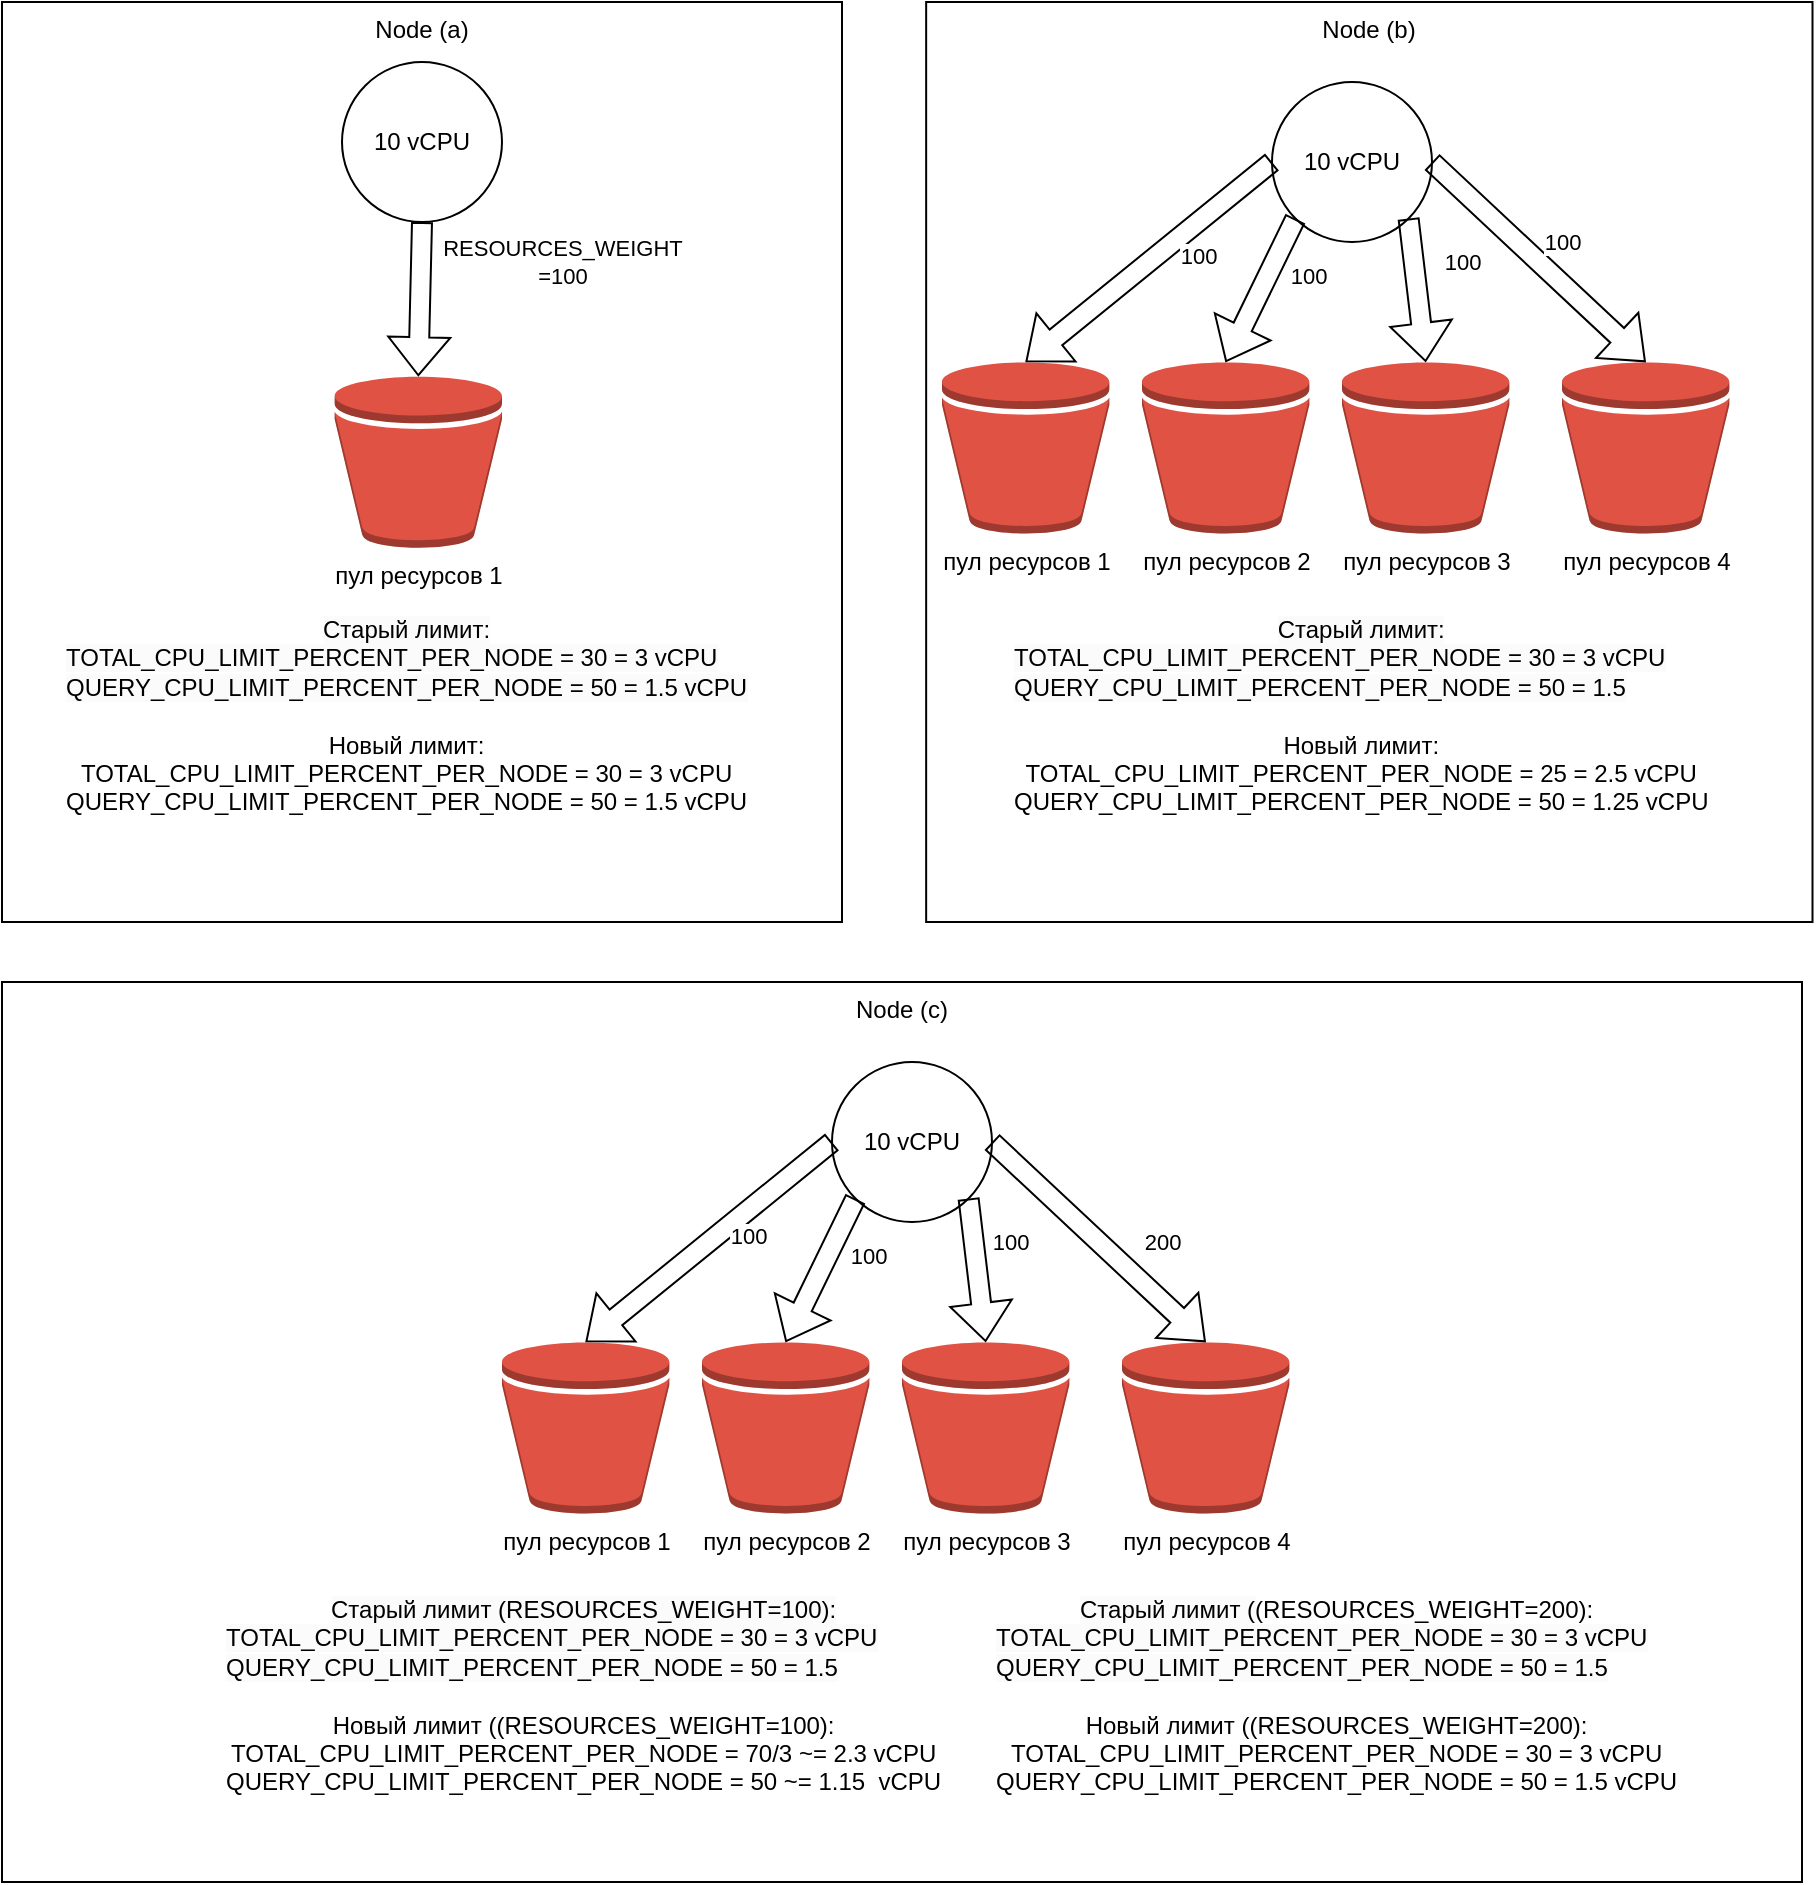
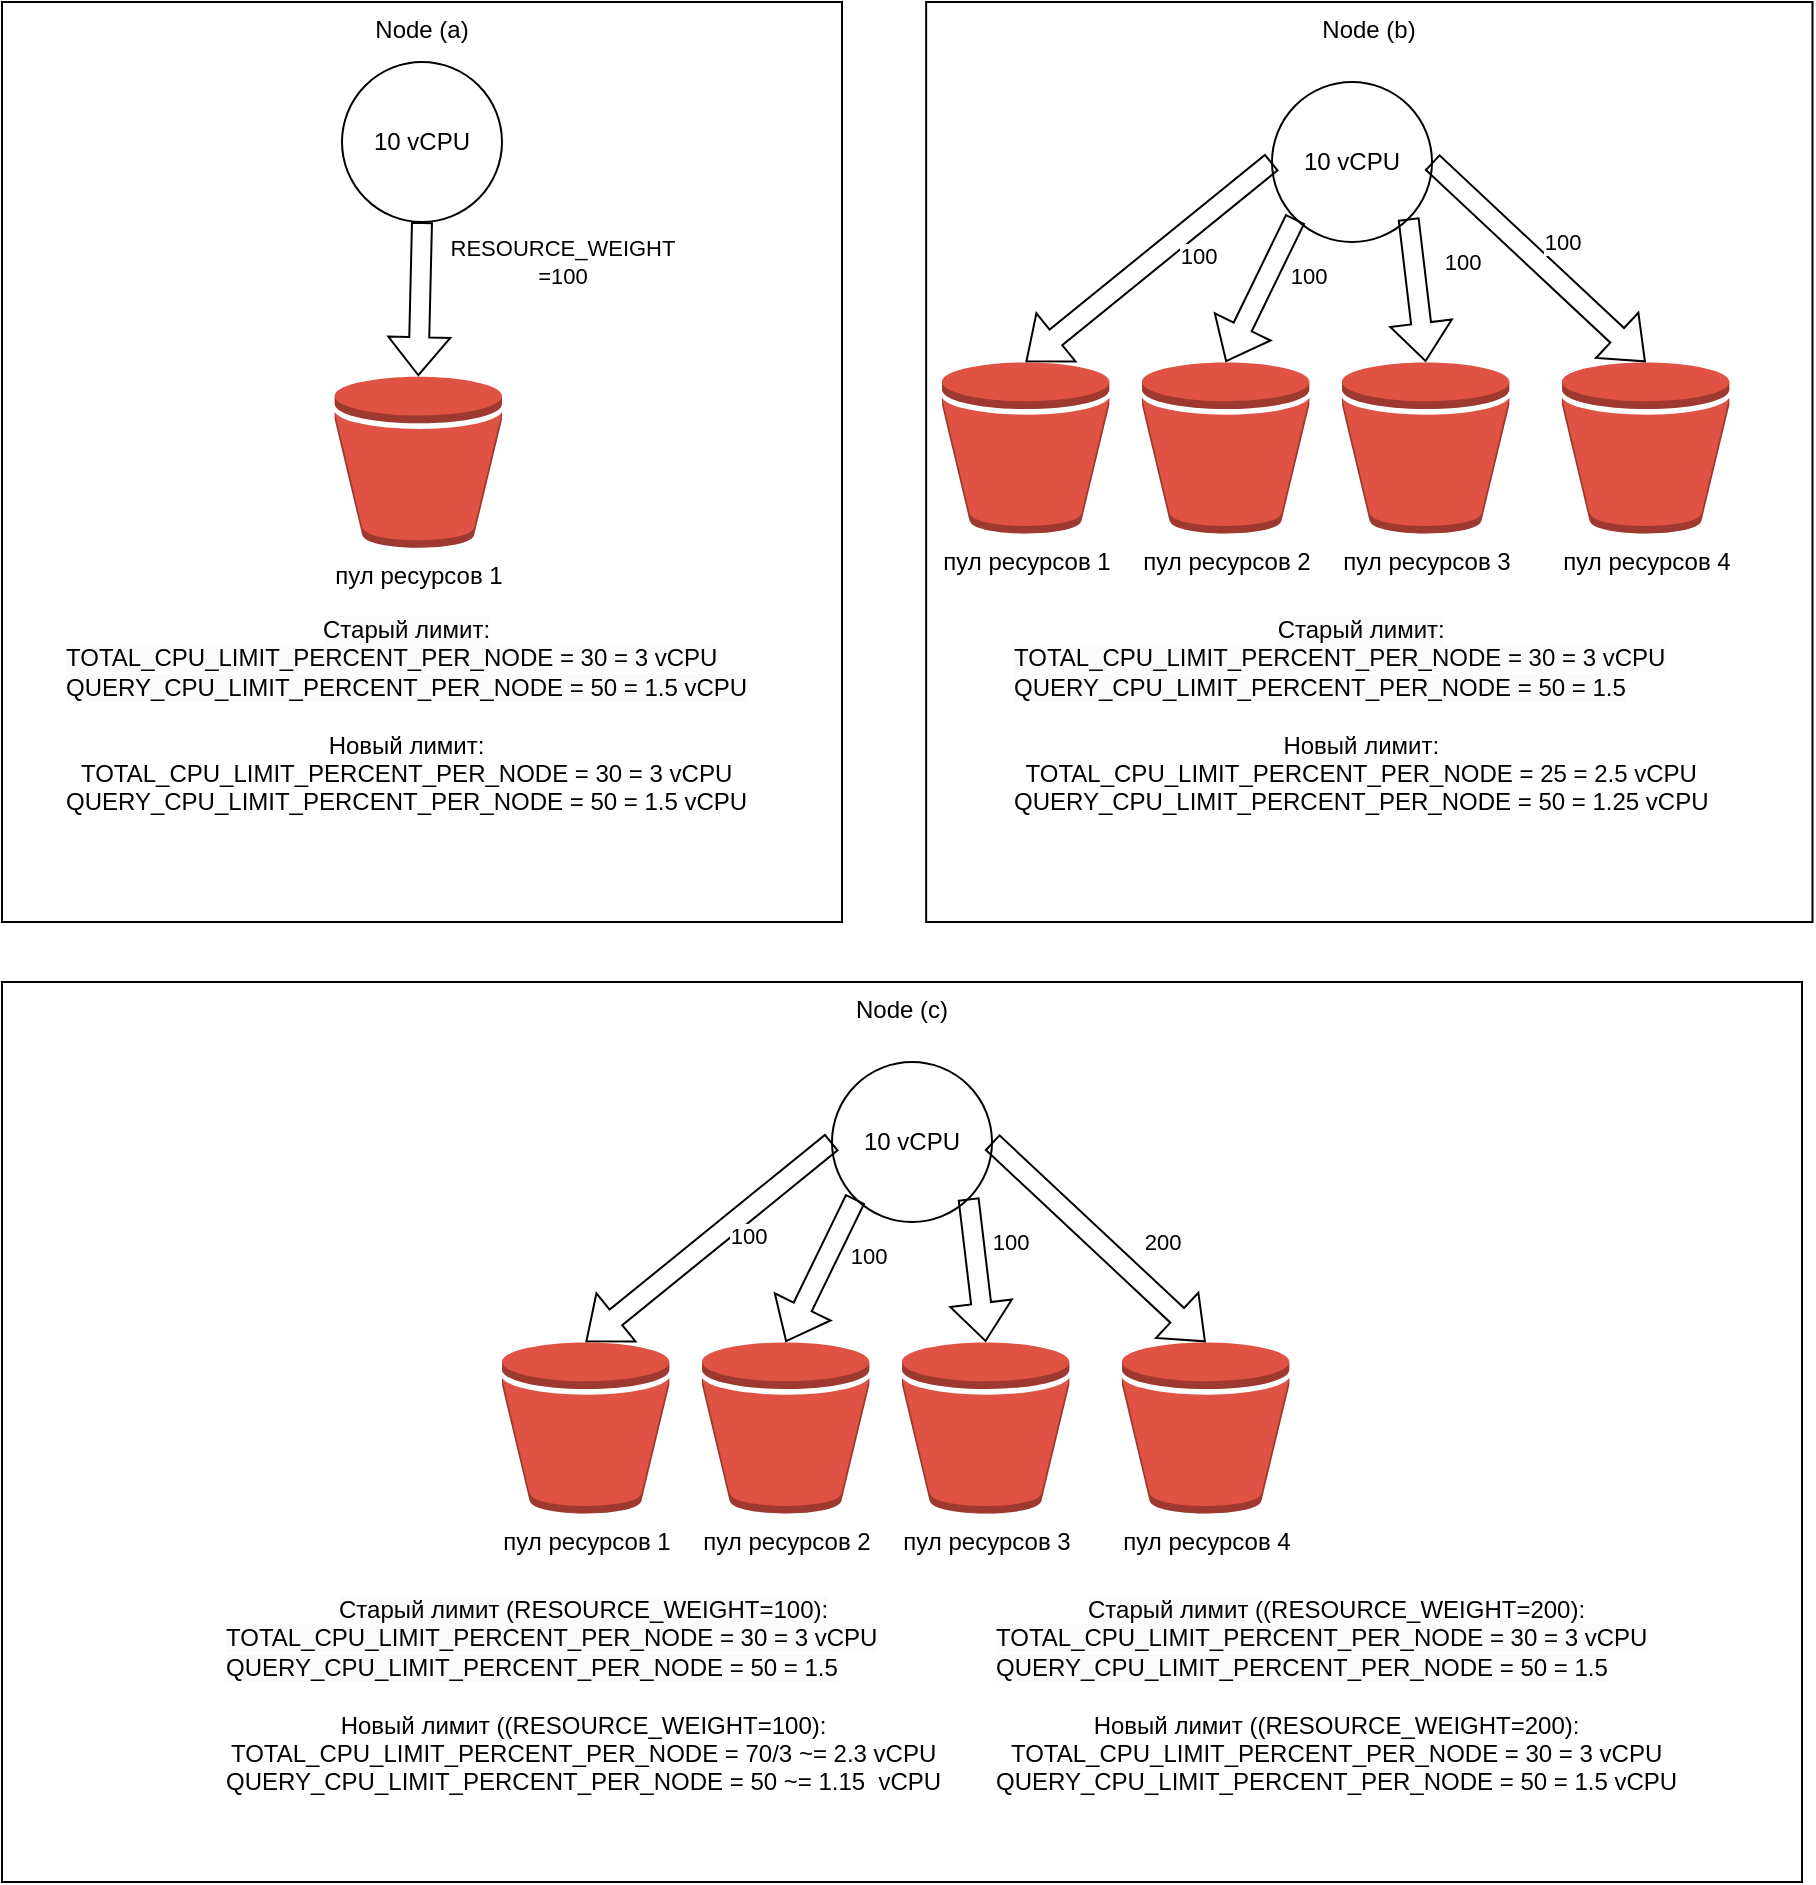
<mxfile host="app.diagrams.net" agent="Mozilla/5.0 (Macintosh; Intel Mac OS X 10_15_7) AppleWebKit/537.36 (KHTML, like Gecko) Chrome/127.0.0.0 Safari/537.36" version="24.7.8">
  <diagram name="Page-1" id="NAQD_0_xmlDH_ppCL-4d">
    <mxGraphModel dx="1242" dy="819" grid="1" gridSize="10" guides="1" tooltips="1" connect="1" arrows="1" fold="1" page="1" pageScale="1" pageWidth="827" pageHeight="1169" math="0" shadow="0">
      <root>
        <mxCell id="0" />
        <mxCell id="1" parent="0" />
        <mxCell id="cv_4T4Yt_JHGhEiulPHa-12" value="Node (a)" style="rounded=0;whiteSpace=wrap;html=1;verticalAlign=top;" vertex="1" parent="1">
          <mxGeometry x="60" y="30" width="420" height="460" as="geometry" />
        </mxCell>
        <mxCell id="cv_4T4Yt_JHGhEiulPHa-10" value="Node (b)" style="rounded=0;whiteSpace=wrap;html=1;verticalAlign=top;" vertex="1" parent="1">
          <mxGeometry x="522.08" y="30" width="443.17" height="460" as="geometry" />
        </mxCell>
        <mxCell id="M1kfzu1ZO3_qd2MjG_cR-6" value="пул ресурсов 1" style="outlineConnect=0;dashed=0;verticalLabelPosition=bottom;verticalAlign=top;align=center;html=1;shape=mxgraph.aws3.bucket;fillColor=#E05243;gradientColor=none;" parent="1" vertex="1">
          <mxGeometry x="226.34000000000003" y="217.13" width="83.66" height="85.75" as="geometry" />
        </mxCell>
        <mxCell id="M1kfzu1ZO3_qd2MjG_cR-10" value="10 vCPU" style="ellipse;whiteSpace=wrap;html=1;aspect=fixed;" parent="1" vertex="1">
          <mxGeometry x="230" y="60" width="80" height="80" as="geometry" />
        </mxCell>
        <mxCell id="cv_4T4Yt_JHGhEiulPHa-1" value="&lt;div style=&quot;text-align: center;&quot;&gt;&lt;span style=&quot;color: rgb(0, 0, 0); font-family: Helvetica; font-size: 12px; font-style: normal; font-variant-ligatures: normal; font-variant-caps: normal; font-weight: 400; letter-spacing: normal; orphans: 2; text-indent: 0px; text-transform: none; widows: 2; word-spacing: 0px; -webkit-text-stroke-width: 0px; white-space: nowrap; background-color: rgb(251, 251, 251); text-decoration-thickness: initial; text-decoration-style: initial; text-decoration-color: initial; float: none; display: inline !important;&quot;&gt;Cтарый лимит:&lt;/span&gt;&lt;/div&gt;&lt;span style=&quot;color: rgb(0, 0, 0); font-family: Helvetica; font-size: 12px; font-style: normal; font-variant-ligatures: normal; font-variant-caps: normal; font-weight: 400; letter-spacing: normal; orphans: 2; text-align: center; text-indent: 0px; text-transform: none; widows: 2; word-spacing: 0px; -webkit-text-stroke-width: 0px; white-space: nowrap; background-color: rgb(251, 251, 251); text-decoration-thickness: initial; text-decoration-style: initial; text-decoration-color: initial; display: inline !important; float: none;&quot;&gt;TOTAL_CPU_LIMIT_PERCENT_PER_NODE = 30 = 3 vCPU&lt;/span&gt;&lt;br style=&quot;forced-color-adjust: none; color: rgb(0, 0, 0); font-family: Helvetica; font-size: 12px; font-style: normal; font-variant-ligatures: normal; font-variant-caps: normal; font-weight: 400; letter-spacing: normal; orphans: 2; text-align: center; text-indent: 0px; text-transform: none; widows: 2; word-spacing: 0px; -webkit-text-stroke-width: 0px; white-space: nowrap; background-color: rgb(251, 251, 251); text-decoration-thickness: initial; text-decoration-style: initial; text-decoration-color: initial;&quot;&gt;&lt;span style=&quot;color: rgb(0, 0, 0); font-family: Helvetica; font-size: 12px; font-style: normal; font-variant-ligatures: normal; font-variant-caps: normal; font-weight: 400; letter-spacing: normal; orphans: 2; text-align: center; text-indent: 0px; text-transform: none; widows: 2; word-spacing: 0px; -webkit-text-stroke-width: 0px; white-space: nowrap; background-color: rgb(251, 251, 251); text-decoration-thickness: initial; text-decoration-style: initial; text-decoration-color: initial; display: inline !important; float: none;&quot;&gt;QUERY_CPU_LIMIT_PERCENT_PER_NODE = 50 = 1.5 vCPU&lt;/span&gt;&lt;div&gt;&lt;span style=&quot;color: rgb(0, 0, 0); font-family: Helvetica; font-size: 12px; font-style: normal; font-variant-ligatures: normal; font-variant-caps: normal; font-weight: 400; letter-spacing: normal; orphans: 2; text-align: center; text-indent: 0px; text-transform: none; widows: 2; word-spacing: 0px; -webkit-text-stroke-width: 0px; white-space: nowrap; background-color: rgb(251, 251, 251); text-decoration-thickness: initial; text-decoration-style: initial; text-decoration-color: initial; display: inline !important; float: none;&quot;&gt;&lt;br&gt;&lt;/span&gt;&lt;/div&gt;&lt;div style=&quot;text-align: center;&quot;&gt;&lt;span style=&quot;text-wrap: nowrap;&quot;&gt;Новый лимит:&lt;/span&gt;&lt;/div&gt;&lt;div style=&quot;text-align: center;&quot;&gt;&lt;span style=&quot;text-wrap: nowrap;&quot;&gt;TOTAL_CPU_LIMIT_PERCENT_PER_NODE = 30 = 3 vCPU&lt;/span&gt;&lt;br style=&quot;text-wrap: nowrap;&quot;&gt;&lt;span style=&quot;text-wrap: nowrap;&quot;&gt;QUERY_CPU_LIMIT_PERCENT_PER_NODE = 50 = 1.5 vCPU&lt;/span&gt;&lt;span style=&quot;text-wrap: nowrap;&quot;&gt;&lt;br&gt;&lt;/span&gt;&lt;/div&gt;" style="text;whiteSpace=wrap;html=1;" vertex="1" parent="1">
          <mxGeometry x="90" y="330" width="360" height="50" as="geometry" />
        </mxCell>
        <mxCell id="cv_4T4Yt_JHGhEiulPHa-4" value="10 vCPU" style="ellipse;whiteSpace=wrap;html=1;aspect=fixed;" vertex="1" parent="1">
          <mxGeometry x="695" y="70" width="80" height="80" as="geometry" />
        </mxCell>
        <mxCell id="cv_4T4Yt_JHGhEiulPHa-6" value="пул ресурсов 1" style="outlineConnect=0;dashed=0;verticalLabelPosition=bottom;verticalAlign=top;align=center;html=1;shape=mxgraph.aws3.bucket;fillColor=#E05243;gradientColor=none;" vertex="1" parent="1">
          <mxGeometry x="530" y="210" width="83.66" height="85.75" as="geometry" />
        </mxCell>
        <mxCell id="cv_4T4Yt_JHGhEiulPHa-7" value="пул ресурсов 3" style="outlineConnect=0;dashed=0;verticalLabelPosition=bottom;verticalAlign=top;align=center;html=1;shape=mxgraph.aws3.bucket;fillColor=#E05243;gradientColor=none;" vertex="1" parent="1">
          <mxGeometry x="730" y="210" width="83.66" height="85.75" as="geometry" />
        </mxCell>
        <mxCell id="cv_4T4Yt_JHGhEiulPHa-8" value="пул ресурсов 4" style="outlineConnect=0;dashed=0;verticalLabelPosition=bottom;verticalAlign=top;align=center;html=1;shape=mxgraph.aws3.bucket;fillColor=#E05243;gradientColor=none;" vertex="1" parent="1">
          <mxGeometry x="840" y="210" width="83.66" height="85.75" as="geometry" />
        </mxCell>
        <mxCell id="cv_4T4Yt_JHGhEiulPHa-9" value="пул ресурсов 2" style="outlineConnect=0;dashed=0;verticalLabelPosition=bottom;verticalAlign=top;align=center;html=1;shape=mxgraph.aws3.bucket;fillColor=#E05243;gradientColor=none;" vertex="1" parent="1">
          <mxGeometry x="630" y="210" width="83.66" height="85.75" as="geometry" />
        </mxCell>
        <mxCell id="cv_4T4Yt_JHGhEiulPHa-15" value="" style="shape=flexArrow;endArrow=classic;html=1;rounded=0;exitX=0.5;exitY=1;exitDx=0;exitDy=0;entryX=0.5;entryY=0;entryDx=0;entryDy=0;entryPerimeter=0;" edge="1" parent="1" source="M1kfzu1ZO3_qd2MjG_cR-10" target="M1kfzu1ZO3_qd2MjG_cR-6">
          <mxGeometry width="50" height="50" relative="1" as="geometry">
            <mxPoint x="440" y="280" as="sourcePoint" />
            <mxPoint x="490" y="230" as="targetPoint" />
          </mxGeometry>
        </mxCell>
-         <mxCell id="cv_4T4Yt_JHGhEiulPHa-16" value="RESOURCES_WEIGHT&lt;div&gt;=100&lt;/div&gt;" style="edgeLabel;html=1;align=center;verticalAlign=middle;resizable=0;points=[];" vertex="1" connectable="0" parent="cv_4T4Yt_JHGhEiulPHa-15">
+         <mxCell id="cv_4T4Yt_JHGhEiulPHa-16" value="RESOURCE_WEIGHT&lt;div&gt;=100&lt;/div&gt;" style="edgeLabel;html=1;align=center;verticalAlign=middle;resizable=0;points=[];" vertex="1" connectable="0" parent="cv_4T4Yt_JHGhEiulPHa-15">
          <mxGeometry x="-0.1738" y="6" relative="1" as="geometry">
            <mxPoint x="65" y="-12" as="offset" />
          </mxGeometry>
        </mxCell>
        <mxCell id="cv_4T4Yt_JHGhEiulPHa-17" value="" style="shape=flexArrow;endArrow=classic;html=1;rounded=0;exitX=0;exitY=0.5;exitDx=0;exitDy=0;entryX=0.5;entryY=0;entryDx=0;entryDy=0;entryPerimeter=0;" edge="1" parent="1" source="cv_4T4Yt_JHGhEiulPHa-4" target="cv_4T4Yt_JHGhEiulPHa-6">
          <mxGeometry width="50" height="50" relative="1" as="geometry">
            <mxPoint x="440" y="280" as="sourcePoint" />
            <mxPoint x="490" y="230" as="targetPoint" />
          </mxGeometry>
        </mxCell>
        <mxCell id="cv_4T4Yt_JHGhEiulPHa-18" value="" style="shape=flexArrow;endArrow=classic;html=1;rounded=0;exitX=0;exitY=1;exitDx=0;exitDy=0;entryX=0.5;entryY=0;entryDx=0;entryDy=0;entryPerimeter=0;" edge="1" parent="1" source="cv_4T4Yt_JHGhEiulPHa-4" target="cv_4T4Yt_JHGhEiulPHa-9">
          <mxGeometry width="50" height="50" relative="1" as="geometry">
            <mxPoint x="440" y="280" as="sourcePoint" />
            <mxPoint x="490" y="230" as="targetPoint" />
          </mxGeometry>
        </mxCell>
        <mxCell id="cv_4T4Yt_JHGhEiulPHa-19" value="" style="shape=flexArrow;endArrow=classic;html=1;rounded=0;exitX=1;exitY=1;exitDx=0;exitDy=0;entryX=0.5;entryY=0;entryDx=0;entryDy=0;entryPerimeter=0;" edge="1" parent="1" source="cv_4T4Yt_JHGhEiulPHa-4" target="cv_4T4Yt_JHGhEiulPHa-7">
          <mxGeometry width="50" height="50" relative="1" as="geometry">
            <mxPoint x="440" y="280" as="sourcePoint" />
            <mxPoint x="490" y="230" as="targetPoint" />
          </mxGeometry>
        </mxCell>
        <mxCell id="cv_4T4Yt_JHGhEiulPHa-20" value="" style="shape=flexArrow;endArrow=classic;html=1;rounded=0;exitX=1;exitY=0.5;exitDx=0;exitDy=0;entryX=0.5;entryY=0;entryDx=0;entryDy=0;entryPerimeter=0;" edge="1" parent="1" source="cv_4T4Yt_JHGhEiulPHa-4" target="cv_4T4Yt_JHGhEiulPHa-8">
          <mxGeometry width="50" height="50" relative="1" as="geometry">
            <mxPoint x="440" y="280" as="sourcePoint" />
            <mxPoint x="490" y="230" as="targetPoint" />
          </mxGeometry>
        </mxCell>
        <mxCell id="cv_4T4Yt_JHGhEiulPHa-21" value="100" style="edgeLabel;html=1;align=center;verticalAlign=middle;resizable=0;points=[];" vertex="1" connectable="0" parent="1">
          <mxGeometry x="789.9992878767832" y="160.00331390541896" as="geometry" />
        </mxCell>
        <mxCell id="cv_4T4Yt_JHGhEiulPHa-22" value="100" style="edgeLabel;html=1;align=center;verticalAlign=middle;resizable=0;points=[];" vertex="1" connectable="0" parent="1">
          <mxGeometry x="839.9992878767832" y="150.00331390541896" as="geometry" />
        </mxCell>
        <mxCell id="cv_4T4Yt_JHGhEiulPHa-23" value="100" style="edgeLabel;html=1;align=center;verticalAlign=middle;resizable=0;points=[];" vertex="1" connectable="0" parent="1">
          <mxGeometry x="809.9992878767832" y="160.00331390541896" as="geometry">
            <mxPoint x="-97" y="7" as="offset" />
          </mxGeometry>
        </mxCell>
        <mxCell id="cv_4T4Yt_JHGhEiulPHa-24" value="100" style="edgeLabel;html=1;align=center;verticalAlign=middle;resizable=0;points=[];" vertex="1" connectable="0" parent="1">
          <mxGeometry x="754.9992878767832" y="150.00331390541896" as="geometry">
            <mxPoint x="-97" y="7" as="offset" />
          </mxGeometry>
        </mxCell>
        <mxCell id="cv_4T4Yt_JHGhEiulPHa-25" value="&lt;div style=&quot;text-align: center;&quot;&gt;&lt;span style=&quot;color: rgb(0, 0, 0); font-family: Helvetica; font-size: 12px; font-style: normal; font-variant-ligatures: normal; font-variant-caps: normal; font-weight: 400; letter-spacing: normal; orphans: 2; text-indent: 0px; text-transform: none; widows: 2; word-spacing: 0px; -webkit-text-stroke-width: 0px; white-space: nowrap; background-color: rgb(251, 251, 251); text-decoration-thickness: initial; text-decoration-style: initial; text-decoration-color: initial; float: none; display: inline !important;&quot;&gt;Cтарый лимит:&lt;/span&gt;&lt;/div&gt;&lt;span style=&quot;color: rgb(0, 0, 0); font-family: Helvetica; font-size: 12px; font-style: normal; font-variant-ligatures: normal; font-variant-caps: normal; font-weight: 400; letter-spacing: normal; orphans: 2; text-align: center; text-indent: 0px; text-transform: none; widows: 2; word-spacing: 0px; -webkit-text-stroke-width: 0px; white-space: nowrap; background-color: rgb(251, 251, 251); text-decoration-thickness: initial; text-decoration-style: initial; text-decoration-color: initial; display: inline !important; float: none;&quot;&gt;TOTAL_CPU_LIMIT_PERCENT_PER_NODE = 30 = 3 vCPU&lt;/span&gt;&lt;br style=&quot;forced-color-adjust: none; color: rgb(0, 0, 0); font-family: Helvetica; font-size: 12px; font-style: normal; font-variant-ligatures: normal; font-variant-caps: normal; font-weight: 400; letter-spacing: normal; orphans: 2; text-align: center; text-indent: 0px; text-transform: none; widows: 2; word-spacing: 0px; -webkit-text-stroke-width: 0px; white-space: nowrap; background-color: rgb(251, 251, 251); text-decoration-thickness: initial; text-decoration-style: initial; text-decoration-color: initial;&quot;&gt;&lt;span style=&quot;color: rgb(0, 0, 0); font-family: Helvetica; font-size: 12px; font-style: normal; font-variant-ligatures: normal; font-variant-caps: normal; font-weight: 400; letter-spacing: normal; orphans: 2; text-align: center; text-indent: 0px; text-transform: none; widows: 2; word-spacing: 0px; -webkit-text-stroke-width: 0px; white-space: nowrap; background-color: rgb(251, 251, 251); text-decoration-thickness: initial; text-decoration-style: initial; text-decoration-color: initial; display: inline !important; float: none;&quot;&gt;QUERY_CPU_LIMIT_PERCENT_PER_NODE = 50 = 1.5&lt;/span&gt;&lt;div&gt;&lt;span style=&quot;color: rgb(0, 0, 0); font-family: Helvetica; font-size: 12px; font-style: normal; font-variant-ligatures: normal; font-variant-caps: normal; font-weight: 400; letter-spacing: normal; orphans: 2; text-align: center; text-indent: 0px; text-transform: none; widows: 2; word-spacing: 0px; -webkit-text-stroke-width: 0px; white-space: nowrap; background-color: rgb(251, 251, 251); text-decoration-thickness: initial; text-decoration-style: initial; text-decoration-color: initial; display: inline !important; float: none;&quot;&gt;&lt;br&gt;&lt;/span&gt;&lt;/div&gt;&lt;div style=&quot;text-align: center;&quot;&gt;&lt;span style=&quot;text-wrap: nowrap;&quot;&gt;Новый лимит:&lt;/span&gt;&lt;/div&gt;&lt;div style=&quot;text-align: center;&quot;&gt;&lt;span style=&quot;text-wrap: nowrap;&quot;&gt;TOTAL_CPU_LIMIT_PERCENT_PER_NODE = 25 = 2.5 vCPU&lt;/span&gt;&lt;br style=&quot;text-wrap: nowrap;&quot;&gt;&lt;span style=&quot;text-wrap: nowrap;&quot;&gt;QUERY_CPU_LIMIT_PERCENT_PER_NODE = 50 = 1.25 vCPU&lt;/span&gt;&lt;span style=&quot;text-wrap: nowrap;&quot;&gt;&lt;br&gt;&lt;/span&gt;&lt;/div&gt;" style="text;whiteSpace=wrap;html=1;" vertex="1" parent="1">
          <mxGeometry x="563.6600000000001" y="330" width="360" height="50" as="geometry" />
        </mxCell>
        <mxCell id="cv_4T4Yt_JHGhEiulPHa-28" value="Node (c)" style="rounded=0;whiteSpace=wrap;html=1;verticalAlign=top;" vertex="1" parent="1">
          <mxGeometry x="60" y="520" width="900" height="450" as="geometry" />
        </mxCell>
        <mxCell id="cv_4T4Yt_JHGhEiulPHa-29" value="10 vCPU" style="ellipse;whiteSpace=wrap;html=1;aspect=fixed;" vertex="1" parent="1">
          <mxGeometry x="475" y="560" width="80" height="80" as="geometry" />
        </mxCell>
        <mxCell id="cv_4T4Yt_JHGhEiulPHa-30" value="пул ресурсов 1" style="outlineConnect=0;dashed=0;verticalLabelPosition=bottom;verticalAlign=top;align=center;html=1;shape=mxgraph.aws3.bucket;fillColor=#E05243;gradientColor=none;" vertex="1" parent="1">
          <mxGeometry x="310" y="700" width="83.66" height="85.75" as="geometry" />
        </mxCell>
        <mxCell id="cv_4T4Yt_JHGhEiulPHa-31" value="пул ресурсов 3" style="outlineConnect=0;dashed=0;verticalLabelPosition=bottom;verticalAlign=top;align=center;html=1;shape=mxgraph.aws3.bucket;fillColor=#E05243;gradientColor=none;" vertex="1" parent="1">
          <mxGeometry x="510" y="700" width="83.66" height="85.75" as="geometry" />
        </mxCell>
        <mxCell id="cv_4T4Yt_JHGhEiulPHa-32" value="пул ресурсов 4" style="outlineConnect=0;dashed=0;verticalLabelPosition=bottom;verticalAlign=top;align=center;html=1;shape=mxgraph.aws3.bucket;fillColor=#E05243;gradientColor=none;" vertex="1" parent="1">
          <mxGeometry x="620" y="700" width="83.66" height="85.75" as="geometry" />
        </mxCell>
        <mxCell id="cv_4T4Yt_JHGhEiulPHa-33" value="пул ресурсов 2" style="outlineConnect=0;dashed=0;verticalLabelPosition=bottom;verticalAlign=top;align=center;html=1;shape=mxgraph.aws3.bucket;fillColor=#E05243;gradientColor=none;" vertex="1" parent="1">
          <mxGeometry x="410" y="700" width="83.66" height="85.75" as="geometry" />
        </mxCell>
        <mxCell id="cv_4T4Yt_JHGhEiulPHa-34" value="" style="shape=flexArrow;endArrow=classic;html=1;rounded=0;exitX=0;exitY=0.5;exitDx=0;exitDy=0;entryX=0.5;entryY=0;entryDx=0;entryDy=0;entryPerimeter=0;" edge="1" parent="1" source="cv_4T4Yt_JHGhEiulPHa-29" target="cv_4T4Yt_JHGhEiulPHa-30">
          <mxGeometry width="50" height="50" relative="1" as="geometry">
            <mxPoint x="220.00000000000003" y="770" as="sourcePoint" />
            <mxPoint x="270" y="720" as="targetPoint" />
          </mxGeometry>
        </mxCell>
        <mxCell id="cv_4T4Yt_JHGhEiulPHa-35" value="" style="shape=flexArrow;endArrow=classic;html=1;rounded=0;exitX=0;exitY=1;exitDx=0;exitDy=0;entryX=0.5;entryY=0;entryDx=0;entryDy=0;entryPerimeter=0;" edge="1" parent="1" source="cv_4T4Yt_JHGhEiulPHa-29" target="cv_4T4Yt_JHGhEiulPHa-33">
          <mxGeometry width="50" height="50" relative="1" as="geometry">
            <mxPoint x="220.00000000000003" y="770" as="sourcePoint" />
            <mxPoint x="270" y="720" as="targetPoint" />
          </mxGeometry>
        </mxCell>
        <mxCell id="cv_4T4Yt_JHGhEiulPHa-36" value="" style="shape=flexArrow;endArrow=classic;html=1;rounded=0;exitX=1;exitY=1;exitDx=0;exitDy=0;entryX=0.5;entryY=0;entryDx=0;entryDy=0;entryPerimeter=0;" edge="1" parent="1" source="cv_4T4Yt_JHGhEiulPHa-29" target="cv_4T4Yt_JHGhEiulPHa-31">
          <mxGeometry width="50" height="50" relative="1" as="geometry">
            <mxPoint x="220.00000000000003" y="770" as="sourcePoint" />
            <mxPoint x="270" y="720" as="targetPoint" />
          </mxGeometry>
        </mxCell>
        <mxCell id="cv_4T4Yt_JHGhEiulPHa-37" value="" style="shape=flexArrow;endArrow=classic;html=1;rounded=0;exitX=1;exitY=0.5;exitDx=0;exitDy=0;entryX=0.5;entryY=0;entryDx=0;entryDy=0;entryPerimeter=0;" edge="1" parent="1" source="cv_4T4Yt_JHGhEiulPHa-29" target="cv_4T4Yt_JHGhEiulPHa-32">
          <mxGeometry width="50" height="50" relative="1" as="geometry">
            <mxPoint x="220.00000000000003" y="770" as="sourcePoint" />
            <mxPoint x="270" y="720" as="targetPoint" />
          </mxGeometry>
        </mxCell>
        <mxCell id="cv_4T4Yt_JHGhEiulPHa-38" value="100" style="edgeLabel;html=1;align=center;verticalAlign=middle;resizable=0;points=[];" vertex="1" connectable="0" parent="1">
          <mxGeometry x="563.6592878767833" y="650.003313905419" as="geometry" />
        </mxCell>
        <mxCell id="cv_4T4Yt_JHGhEiulPHa-39" value="200" style="edgeLabel;html=1;align=center;verticalAlign=middle;resizable=0;points=[];" vertex="1" connectable="0" parent="1">
          <mxGeometry x="639.9992878767832" y="650.003313905419" as="geometry" />
        </mxCell>
        <mxCell id="cv_4T4Yt_JHGhEiulPHa-40" value="100" style="edgeLabel;html=1;align=center;verticalAlign=middle;resizable=0;points=[];" vertex="1" connectable="0" parent="1">
          <mxGeometry x="589.9992878767832" y="650.003313905419" as="geometry">
            <mxPoint x="-97" y="7" as="offset" />
          </mxGeometry>
        </mxCell>
        <mxCell id="cv_4T4Yt_JHGhEiulPHa-41" value="100" style="edgeLabel;html=1;align=center;verticalAlign=middle;resizable=0;points=[];" vertex="1" connectable="0" parent="1">
          <mxGeometry x="529.9992878767832" y="640.003313905419" as="geometry">
            <mxPoint x="-97" y="7" as="offset" />
          </mxGeometry>
        </mxCell>
-         <mxCell id="cv_4T4Yt_JHGhEiulPHa-42" value="&lt;div style=&quot;text-align: center;&quot;&gt;&lt;span style=&quot;color: rgb(0, 0, 0); font-family: Helvetica; font-size: 12px; font-style: normal; font-variant-ligatures: normal; font-variant-caps: normal; font-weight: 400; letter-spacing: normal; orphans: 2; text-indent: 0px; text-transform: none; widows: 2; word-spacing: 0px; -webkit-text-stroke-width: 0px; white-space: nowrap; background-color: rgb(251, 251, 251); text-decoration-thickness: initial; text-decoration-style: initial; text-decoration-color: initial; float: none; display: inline !important;&quot;&gt;Cтарый лимит (RESOURCES_WEIGHT=100):&lt;/span&gt;&lt;/div&gt;&lt;span style=&quot;color: rgb(0, 0, 0); font-family: Helvetica; font-size: 12px; font-style: normal; font-variant-ligatures: normal; font-variant-caps: normal; font-weight: 400; letter-spacing: normal; orphans: 2; text-align: center; text-indent: 0px; text-transform: none; widows: 2; word-spacing: 0px; -webkit-text-stroke-width: 0px; white-space: nowrap; background-color: rgb(251, 251, 251); text-decoration-thickness: initial; text-decoration-style: initial; text-decoration-color: initial; display: inline !important; float: none;&quot;&gt;TOTAL_CPU_LIMIT_PERCENT_PER_NODE = 30 = 3 vCPU&lt;/span&gt;&lt;br style=&quot;forced-color-adjust: none; color: rgb(0, 0, 0); font-family: Helvetica; font-size: 12px; font-style: normal; font-variant-ligatures: normal; font-variant-caps: normal; font-weight: 400; letter-spacing: normal; orphans: 2; text-align: center; text-indent: 0px; text-transform: none; widows: 2; word-spacing: 0px; -webkit-text-stroke-width: 0px; white-space: nowrap; background-color: rgb(251, 251, 251); text-decoration-thickness: initial; text-decoration-style: initial; text-decoration-color: initial;&quot;&gt;&lt;span style=&quot;color: rgb(0, 0, 0); font-family: Helvetica; font-size: 12px; font-style: normal; font-variant-ligatures: normal; font-variant-caps: normal; font-weight: 400; letter-spacing: normal; orphans: 2; text-align: center; text-indent: 0px; text-transform: none; widows: 2; word-spacing: 0px; -webkit-text-stroke-width: 0px; white-space: nowrap; background-color: rgb(251, 251, 251); text-decoration-thickness: initial; text-decoration-style: initial; text-decoration-color: initial; display: inline !important; float: none;&quot;&gt;QUERY_CPU_LIMIT_PERCENT_PER_NODE = 50 = 1.5&lt;/span&gt;&lt;div&gt;&lt;span style=&quot;color: rgb(0, 0, 0); font-family: Helvetica; font-size: 12px; font-style: normal; font-variant-ligatures: normal; font-variant-caps: normal; font-weight: 400; letter-spacing: normal; orphans: 2; text-align: center; text-indent: 0px; text-transform: none; widows: 2; word-spacing: 0px; -webkit-text-stroke-width: 0px; white-space: nowrap; background-color: rgb(251, 251, 251); text-decoration-thickness: initial; text-decoration-style: initial; text-decoration-color: initial; display: inline !important; float: none;&quot;&gt;&lt;br&gt;&lt;/span&gt;&lt;/div&gt;&lt;div style=&quot;text-align: center;&quot;&gt;&lt;span style=&quot;text-wrap: nowrap;&quot;&gt;Новый лимит (&lt;/span&gt;&lt;span style=&quot;text-wrap: nowrap; background-color: initial;&quot;&gt;(RESOURCES_WEIGHT=100)&lt;/span&gt;&lt;span style=&quot;text-wrap: nowrap; background-color: initial;&quot;&gt;:&lt;/span&gt;&lt;/div&gt;&lt;div style=&quot;text-align: center;&quot;&gt;&lt;span style=&quot;text-wrap: nowrap;&quot;&gt;TOTAL_CPU_LIMIT_PERCENT_PER_NODE = 70/3 ~= 2.3 vCPU&lt;/span&gt;&lt;br style=&quot;text-wrap: nowrap;&quot;&gt;&lt;span style=&quot;text-wrap: nowrap;&quot;&gt;QUERY_CPU_LIMIT_PERCENT_PER_NODE = 50 ~= 1.15&amp;nbsp; vCPU&lt;/span&gt;&lt;span style=&quot;text-wrap: nowrap;&quot;&gt;&lt;br&gt;&lt;/span&gt;&lt;/div&gt;" style="text;whiteSpace=wrap;html=1;" vertex="1" parent="1">
+         <mxCell id="cv_4T4Yt_JHGhEiulPHa-42" value="&lt;div style=&quot;text-align: center;&quot;&gt;&lt;span style=&quot;color: rgb(0, 0, 0); font-family: Helvetica; font-size: 12px; font-style: normal; font-variant-ligatures: normal; font-variant-caps: normal; font-weight: 400; letter-spacing: normal; orphans: 2; text-indent: 0px; text-transform: none; widows: 2; word-spacing: 0px; -webkit-text-stroke-width: 0px; white-space: nowrap; background-color: rgb(251, 251, 251); text-decoration-thickness: initial; text-decoration-style: initial; text-decoration-color: initial; float: none; display: inline !important;&quot;&gt;Cтарый лимит (RESOURCE_WEIGHT=100):&lt;/span&gt;&lt;/div&gt;&lt;span style=&quot;color: rgb(0, 0, 0); font-family: Helvetica; font-size: 12px; font-style: normal; font-variant-ligatures: normal; font-variant-caps: normal; font-weight: 400; letter-spacing: normal; orphans: 2; text-align: center; text-indent: 0px; text-transform: none; widows: 2; word-spacing: 0px; -webkit-text-stroke-width: 0px; white-space: nowrap; background-color: rgb(251, 251, 251); text-decoration-thickness: initial; text-decoration-style: initial; text-decoration-color: initial; display: inline !important; float: none;&quot;&gt;TOTAL_CPU_LIMIT_PERCENT_PER_NODE = 30 = 3 vCPU&lt;/span&gt;&lt;br style=&quot;forced-color-adjust: none; color: rgb(0, 0, 0); font-family: Helvetica; font-size: 12px; font-style: normal; font-variant-ligatures: normal; font-variant-caps: normal; font-weight: 400; letter-spacing: normal; orphans: 2; text-align: center; text-indent: 0px; text-transform: none; widows: 2; word-spacing: 0px; -webkit-text-stroke-width: 0px; white-space: nowrap; background-color: rgb(251, 251, 251); text-decoration-thickness: initial; text-decoration-style: initial; text-decoration-color: initial;&quot;&gt;&lt;span style=&quot;color: rgb(0, 0, 0); font-family: Helvetica; font-size: 12px; font-style: normal; font-variant-ligatures: normal; font-variant-caps: normal; font-weight: 400; letter-spacing: normal; orphans: 2; text-align: center; text-indent: 0px; text-transform: none; widows: 2; word-spacing: 0px; -webkit-text-stroke-width: 0px; white-space: nowrap; background-color: rgb(251, 251, 251); text-decoration-thickness: initial; text-decoration-style: initial; text-decoration-color: initial; display: inline !important; float: none;&quot;&gt;QUERY_CPU_LIMIT_PERCENT_PER_NODE = 50 = 1.5&lt;/span&gt;&lt;div&gt;&lt;span style=&quot;color: rgb(0, 0, 0); font-family: Helvetica; font-size: 12px; font-style: normal; font-variant-ligatures: normal; font-variant-caps: normal; font-weight: 400; letter-spacing: normal; orphans: 2; text-align: center; text-indent: 0px; text-transform: none; widows: 2; word-spacing: 0px; -webkit-text-stroke-width: 0px; white-space: nowrap; background-color: rgb(251, 251, 251); text-decoration-thickness: initial; text-decoration-style: initial; text-decoration-color: initial; display: inline !important; float: none;&quot;&gt;&lt;br&gt;&lt;/span&gt;&lt;/div&gt;&lt;div style=&quot;text-align: center;&quot;&gt;&lt;span style=&quot;text-wrap: nowrap;&quot;&gt;Новый лимит (&lt;/span&gt;&lt;span style=&quot;text-wrap: nowrap; background-color: initial;&quot;&gt;(RESOURCE_WEIGHT=100)&lt;/span&gt;&lt;span style=&quot;text-wrap: nowrap; background-color: initial;&quot;&gt;:&lt;/span&gt;&lt;/div&gt;&lt;div style=&quot;text-align: center;&quot;&gt;&lt;span style=&quot;text-wrap: nowrap;&quot;&gt;TOTAL_CPU_LIMIT_PERCENT_PER_NODE = 70/3 ~= 2.3 vCPU&lt;/span&gt;&lt;br style=&quot;text-wrap: nowrap;&quot;&gt;&lt;span style=&quot;text-wrap: nowrap;&quot;&gt;QUERY_CPU_LIMIT_PERCENT_PER_NODE = 50 ~= 1.15&amp;nbsp; vCPU&lt;/span&gt;&lt;span style=&quot;text-wrap: nowrap;&quot;&gt;&lt;br&gt;&lt;/span&gt;&lt;/div&gt;" style="text;whiteSpace=wrap;html=1;" vertex="1" parent="1">
          <mxGeometry x="170.00000000000009" y="820" width="360" height="50" as="geometry" />
        </mxCell>
-         <mxCell id="cv_4T4Yt_JHGhEiulPHa-43" value="&lt;div style=&quot;text-align: center;&quot;&gt;&lt;span style=&quot;color: rgb(0, 0, 0); font-family: Helvetica; font-size: 12px; font-style: normal; font-variant-ligatures: normal; font-variant-caps: normal; font-weight: 400; letter-spacing: normal; orphans: 2; text-indent: 0px; text-transform: none; widows: 2; word-spacing: 0px; -webkit-text-stroke-width: 0px; white-space: nowrap; background-color: rgb(251, 251, 251); text-decoration-thickness: initial; text-decoration-style: initial; text-decoration-color: initial; float: none; display: inline !important;&quot;&gt;Cтарый лимит (&lt;/span&gt;&lt;span style=&quot;text-wrap: nowrap; background-color: initial;&quot;&gt;(RESOURCES_WEIGHT=200)&lt;/span&gt;&lt;span style=&quot;text-wrap: nowrap;&quot;&gt;:&lt;/span&gt;&lt;/div&gt;&lt;span style=&quot;color: rgb(0, 0, 0); font-family: Helvetica; font-size: 12px; font-style: normal; font-variant-ligatures: normal; font-variant-caps: normal; font-weight: 400; letter-spacing: normal; orphans: 2; text-align: center; text-indent: 0px; text-transform: none; widows: 2; word-spacing: 0px; -webkit-text-stroke-width: 0px; white-space: nowrap; background-color: rgb(251, 251, 251); text-decoration-thickness: initial; text-decoration-style: initial; text-decoration-color: initial; display: inline !important; float: none;&quot;&gt;TOTAL_CPU_LIMIT_PERCENT_PER_NODE = 30 = 3 vCPU&lt;/span&gt;&lt;br style=&quot;forced-color-adjust: none; color: rgb(0, 0, 0); font-family: Helvetica; font-size: 12px; font-style: normal; font-variant-ligatures: normal; font-variant-caps: normal; font-weight: 400; letter-spacing: normal; orphans: 2; text-align: center; text-indent: 0px; text-transform: none; widows: 2; word-spacing: 0px; -webkit-text-stroke-width: 0px; white-space: nowrap; background-color: rgb(251, 251, 251); text-decoration-thickness: initial; text-decoration-style: initial; text-decoration-color: initial;&quot;&gt;&lt;span style=&quot;color: rgb(0, 0, 0); font-family: Helvetica; font-size: 12px; font-style: normal; font-variant-ligatures: normal; font-variant-caps: normal; font-weight: 400; letter-spacing: normal; orphans: 2; text-align: center; text-indent: 0px; text-transform: none; widows: 2; word-spacing: 0px; -webkit-text-stroke-width: 0px; white-space: nowrap; background-color: rgb(251, 251, 251); text-decoration-thickness: initial; text-decoration-style: initial; text-decoration-color: initial; display: inline !important; float: none;&quot;&gt;QUERY_CPU_LIMIT_PERCENT_PER_NODE = 50 = 1.5&lt;/span&gt;&lt;div&gt;&lt;span style=&quot;color: rgb(0, 0, 0); font-family: Helvetica; font-size: 12px; font-style: normal; font-variant-ligatures: normal; font-variant-caps: normal; font-weight: 400; letter-spacing: normal; orphans: 2; text-align: center; text-indent: 0px; text-transform: none; widows: 2; word-spacing: 0px; -webkit-text-stroke-width: 0px; white-space: nowrap; background-color: rgb(251, 251, 251); text-decoration-thickness: initial; text-decoration-style: initial; text-decoration-color: initial; display: inline !important; float: none;&quot;&gt;&lt;br&gt;&lt;/span&gt;&lt;/div&gt;&lt;div style=&quot;text-align: center;&quot;&gt;&lt;span style=&quot;text-wrap: nowrap;&quot;&gt;Новый лимит (&lt;/span&gt;&lt;span style=&quot;text-wrap: nowrap; background-color: initial;&quot;&gt;(RESOURCES_WEIGHT=200)&lt;/span&gt;&lt;span style=&quot;text-wrap: nowrap; background-color: initial;&quot;&gt;:&lt;/span&gt;&lt;/div&gt;&lt;div style=&quot;text-align: center;&quot;&gt;&lt;span style=&quot;text-wrap: nowrap;&quot;&gt;TOTAL_CPU_LIMIT_PERCENT_PER_NODE = 30 = 3 vCPU&lt;/span&gt;&lt;br style=&quot;text-wrap: nowrap;&quot;&gt;&lt;span style=&quot;text-wrap: nowrap;&quot;&gt;QUERY_CPU_LIMIT_PERCENT_PER_NODE = 50 = 1.5 vCPU&lt;/span&gt;&lt;span style=&quot;text-wrap: nowrap;&quot;&gt;&lt;br&gt;&lt;/span&gt;&lt;/div&gt;" style="text;whiteSpace=wrap;html=1;" vertex="1" parent="1">
+         <mxCell id="cv_4T4Yt_JHGhEiulPHa-43" value="&lt;div style=&quot;text-align: center;&quot;&gt;&lt;span style=&quot;color: rgb(0, 0, 0); font-family: Helvetica; font-size: 12px; font-style: normal; font-variant-ligatures: normal; font-variant-caps: normal; font-weight: 400; letter-spacing: normal; orphans: 2; text-indent: 0px; text-transform: none; widows: 2; word-spacing: 0px; -webkit-text-stroke-width: 0px; white-space: nowrap; background-color: rgb(251, 251, 251); text-decoration-thickness: initial; text-decoration-style: initial; text-decoration-color: initial; float: none; display: inline !important;&quot;&gt;Cтарый лимит (&lt;/span&gt;&lt;span style=&quot;text-wrap: nowrap; background-color: initial;&quot;&gt;(RESOURCE_WEIGHT=200)&lt;/span&gt;&lt;span style=&quot;text-wrap: nowrap;&quot;&gt;:&lt;/span&gt;&lt;/div&gt;&lt;span style=&quot;color: rgb(0, 0, 0); font-family: Helvetica; font-size: 12px; font-style: normal; font-variant-ligatures: normal; font-variant-caps: normal; font-weight: 400; letter-spacing: normal; orphans: 2; text-align: center; text-indent: 0px; text-transform: none; widows: 2; word-spacing: 0px; -webkit-text-stroke-width: 0px; white-space: nowrap; background-color: rgb(251, 251, 251); text-decoration-thickness: initial; text-decoration-style: initial; text-decoration-color: initial; display: inline !important; float: none;&quot;&gt;TOTAL_CPU_LIMIT_PERCENT_PER_NODE = 30 = 3 vCPU&lt;/span&gt;&lt;br style=&quot;forced-color-adjust: none; color: rgb(0, 0, 0); font-family: Helvetica; font-size: 12px; font-style: normal; font-variant-ligatures: normal; font-variant-caps: normal; font-weight: 400; letter-spacing: normal; orphans: 2; text-align: center; text-indent: 0px; text-transform: none; widows: 2; word-spacing: 0px; -webkit-text-stroke-width: 0px; white-space: nowrap; background-color: rgb(251, 251, 251); text-decoration-thickness: initial; text-decoration-style: initial; text-decoration-color: initial;&quot;&gt;&lt;span style=&quot;color: rgb(0, 0, 0); font-family: Helvetica; font-size: 12px; font-style: normal; font-variant-ligatures: normal; font-variant-caps: normal; font-weight: 400; letter-spacing: normal; orphans: 2; text-align: center; text-indent: 0px; text-transform: none; widows: 2; word-spacing: 0px; -webkit-text-stroke-width: 0px; white-space: nowrap; background-color: rgb(251, 251, 251); text-decoration-thickness: initial; text-decoration-style: initial; text-decoration-color: initial; display: inline !important; float: none;&quot;&gt;QUERY_CPU_LIMIT_PERCENT_PER_NODE = 50 = 1.5&lt;/span&gt;&lt;div&gt;&lt;span style=&quot;color: rgb(0, 0, 0); font-family: Helvetica; font-size: 12px; font-style: normal; font-variant-ligatures: normal; font-variant-caps: normal; font-weight: 400; letter-spacing: normal; orphans: 2; text-align: center; text-indent: 0px; text-transform: none; widows: 2; word-spacing: 0px; -webkit-text-stroke-width: 0px; white-space: nowrap; background-color: rgb(251, 251, 251); text-decoration-thickness: initial; text-decoration-style: initial; text-decoration-color: initial; display: inline !important; float: none;&quot;&gt;&lt;br&gt;&lt;/span&gt;&lt;/div&gt;&lt;div style=&quot;text-align: center;&quot;&gt;&lt;span style=&quot;text-wrap: nowrap;&quot;&gt;Новый лимит (&lt;/span&gt;&lt;span style=&quot;text-wrap: nowrap; background-color: initial;&quot;&gt;(RESOURCE_WEIGHT=200)&lt;/span&gt;&lt;span style=&quot;text-wrap: nowrap; background-color: initial;&quot;&gt;:&lt;/span&gt;&lt;/div&gt;&lt;div style=&quot;text-align: center;&quot;&gt;&lt;span style=&quot;text-wrap: nowrap;&quot;&gt;TOTAL_CPU_LIMIT_PERCENT_PER_NODE = 30 = 3 vCPU&lt;/span&gt;&lt;br style=&quot;text-wrap: nowrap;&quot;&gt;&lt;span style=&quot;text-wrap: nowrap;&quot;&gt;QUERY_CPU_LIMIT_PERCENT_PER_NODE = 50 = 1.5 vCPU&lt;/span&gt;&lt;span style=&quot;text-wrap: nowrap;&quot;&gt;&lt;br&gt;&lt;/span&gt;&lt;/div&gt;" style="text;whiteSpace=wrap;html=1;" vertex="1" parent="1">
          <mxGeometry x="555" y="820" width="360" height="50" as="geometry" />
        </mxCell>
      </root>
    </mxGraphModel>
  </diagram>
</mxfile>
